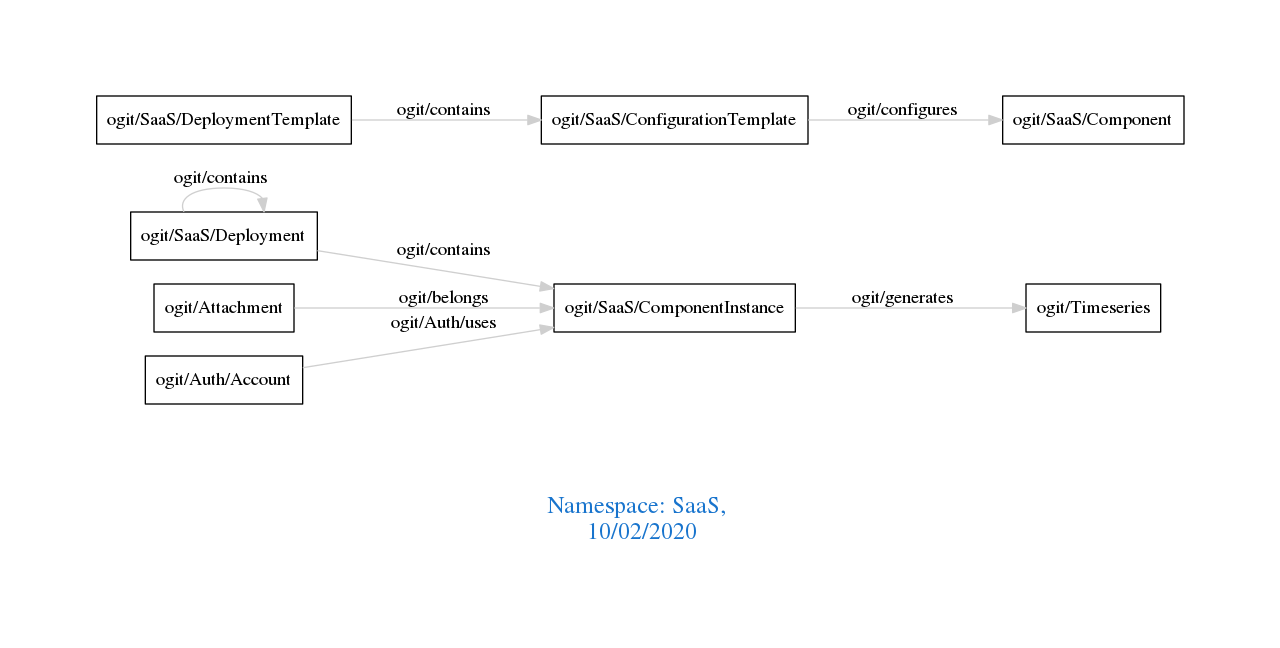
Before: downloads/SaaS.png, a diagram exported from Graphviz (arago/OGIT). Its source is kept beside it as downloads/SaaS.dot.
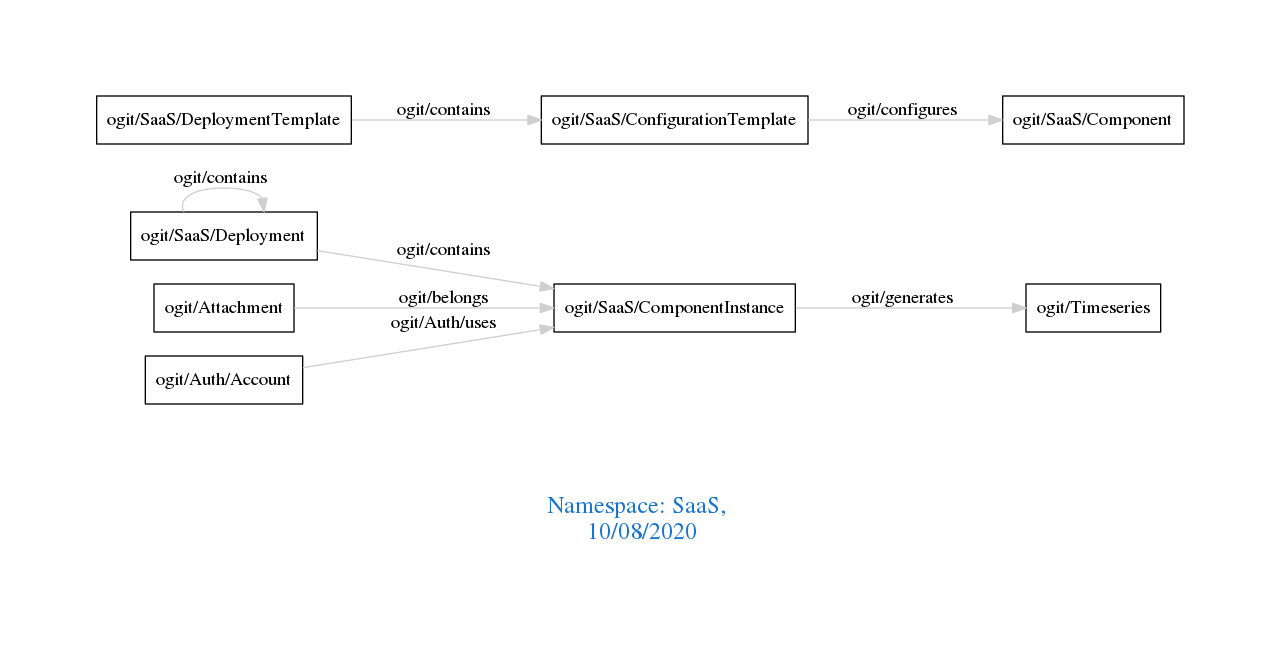
The same diagram one commit later.

What changed in the source:
```diff
@@ -1,7 +1,7 @@
 digraph OGIT_ontology {
  graph [ rankdir= LR,pad=1
 fontsize = 18,
-fontcolor= dodgerblue3,label = "\n\n\nNamespace: SaaS, \n 10/02/2020"];
+fontcolor= dodgerblue3,label = "\n\n\nNamespace: SaaS, \n 10/08/2020"];
 node[shape=polygon];
 edge [  color="gray81"];
 
```
